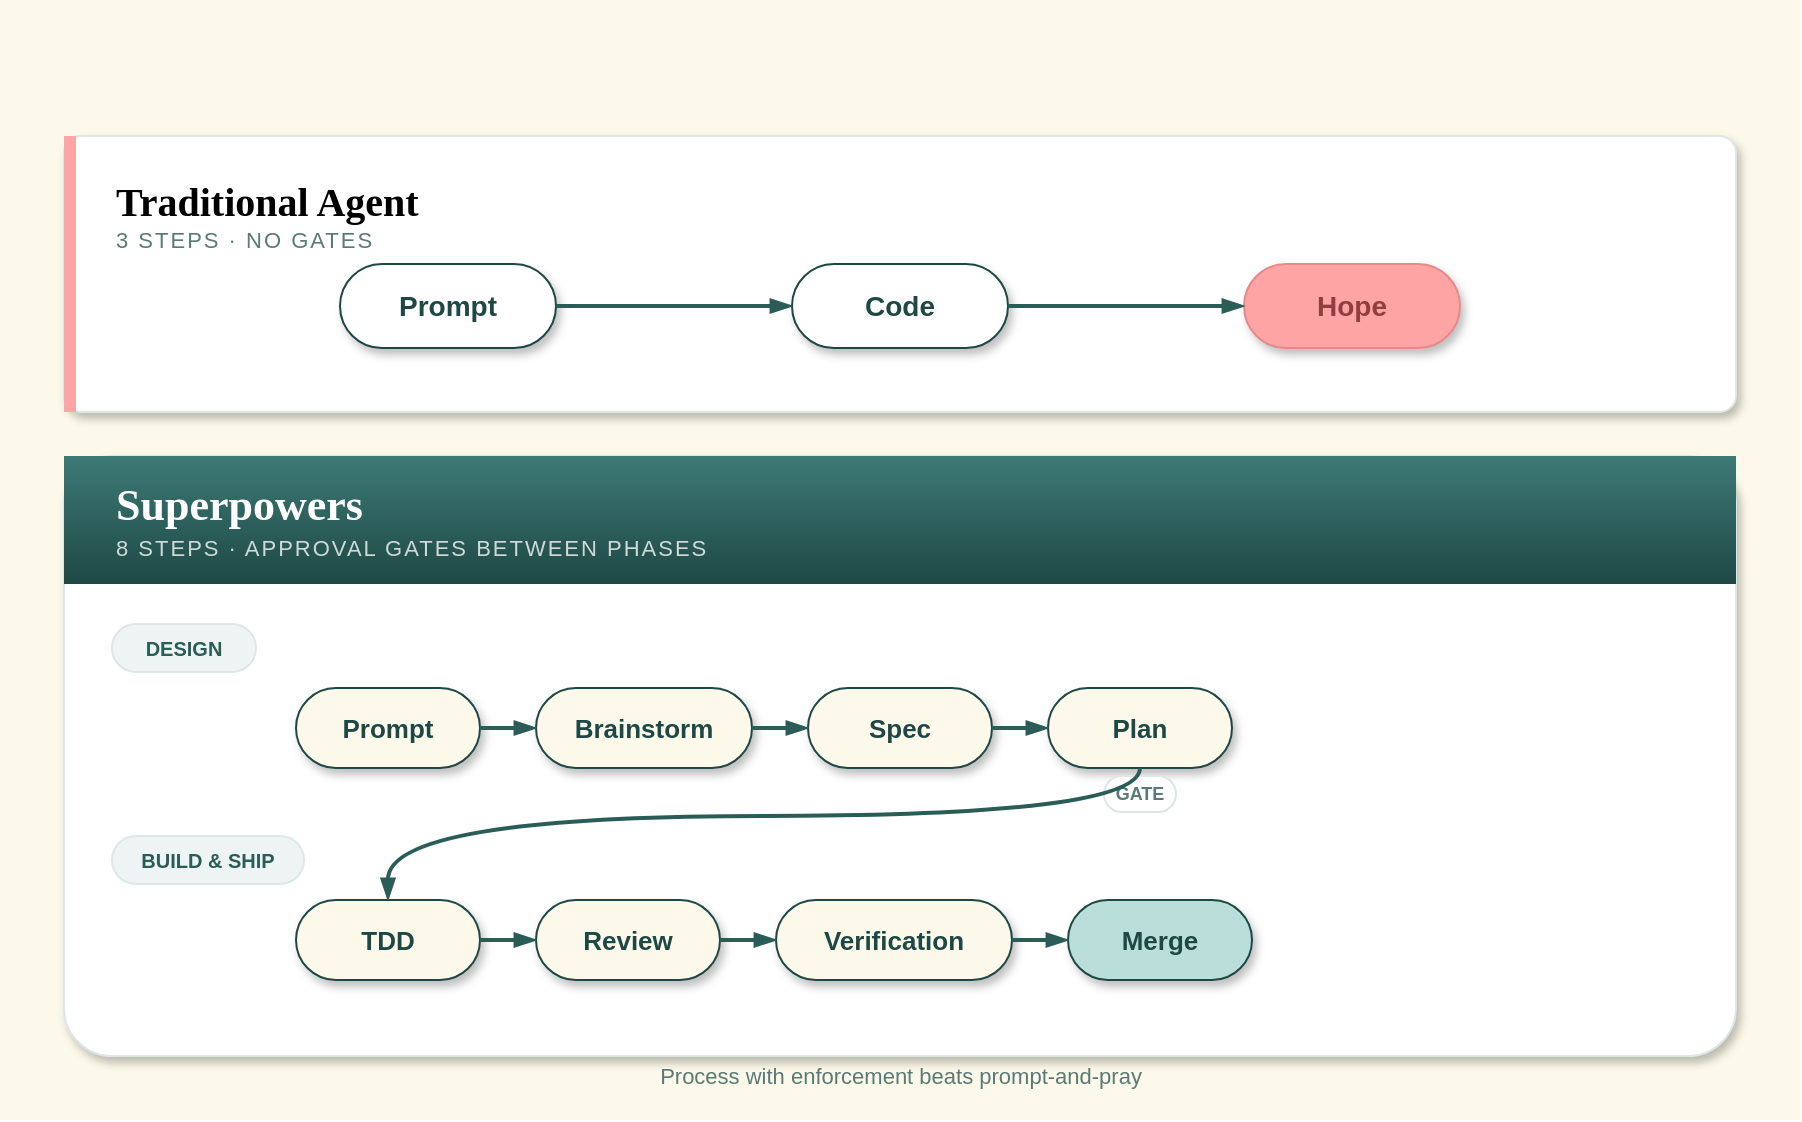
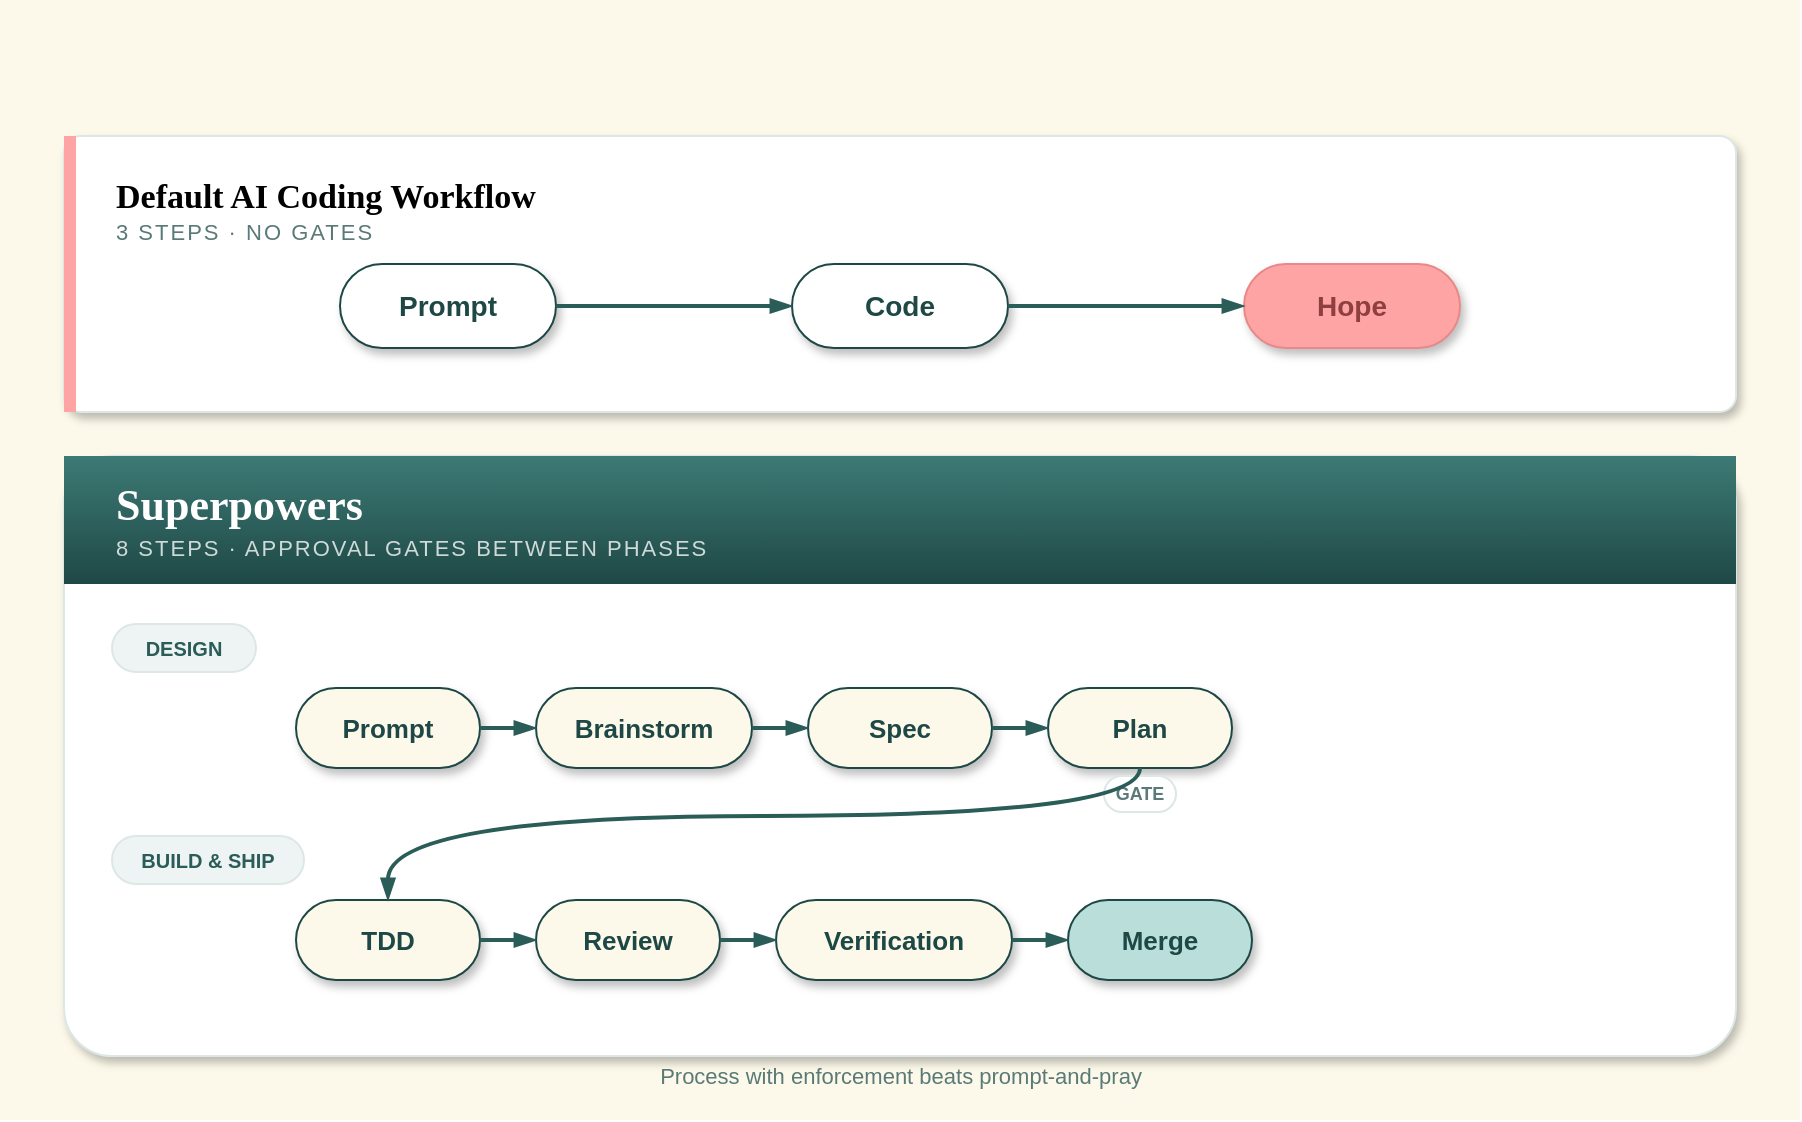
<mxfile host="app.diagrams.net" agent="Cursor" pages="2">
-   <diagram id="obra-superpowers-workflow" name="Traditional vs Superpowers">
+   <diagram id="obra-superpowers-workflow" name="Default vs Superpowers">
    <mxGraphModel dx="1414" dy="1263" grid="1" gridSize="10" guides="1" tooltips="1" connect="1" arrows="1" fold="1" page="1" pageScale="1" pageWidth="900" pageHeight="520" math="0" shadow="0">
      <root>
        <mxCell id="0" />
        <mxCell id="1" parent="0" />
        <mxCell id="bg" parent="1" style="rounded=0;whiteSpace=wrap;html=1;fillColor=#FCF9EA;strokeColor=none;" value="" vertex="1">
          <mxGeometry height="560" width="900" y="-40" as="geometry" />
        </mxCell>
        <mxCell id="panel-traditional" parent="1" style="rounded=1;whiteSpace=wrap;html=1;fillColor=#FFFFFF;strokeColor=#DDE7E6;strokeWidth=1;arcSize=6;shadow=1;" value="" vertex="1">
          <mxGeometry height="138" width="836" x="32" y="28" as="geometry" />
        </mxCell>
        <mxCell id="accent-traditional" parent="1" style="rounded=0;whiteSpace=wrap;html=1;fillColor=#FFA4A4;strokeColor=none;" value="" vertex="1">
          <mxGeometry height="138" width="6" x="32" y="28" as="geometry" />
        </mxCell>
-         <mxCell id="title-traditional" parent="1" style="text;html=1;strokeColor=none;fillColor=none;align=left;verticalAlign=top;" value="&lt;font face=&quot;Georgia&quot; style=&quot;font-size: 20px&quot;&gt;&lt;b&gt;Traditional Agent&lt;/b&gt;&lt;/font&gt;&lt;br&gt;&lt;font style=&quot;font-size: 11px; color: #5A7A77; letter-spacing: 1px;&quot;&gt;3 STEPS · NO GATES&lt;/font&gt;" vertex="1">
-           <mxGeometry height="50" width="260" x="56" y="42" as="geometry" />
+         <mxCell id="title-traditional" parent="1" style="text;html=1;strokeColor=none;fillColor=none;align=left;verticalAlign=top;" value="&lt;font face=&quot;Georgia&quot; style=&quot;font-size: 17px&quot;&gt;&lt;b&gt;Default AI Coding Workflow&lt;/b&gt;&lt;/font&gt;&lt;br&gt;&lt;font style=&quot;font-size: 11px; color: #5A7A77; letter-spacing: 1px;&quot;&gt;3 STEPS · NO GATES&lt;/font&gt;" vertex="1">
+           <mxGeometry height="50" width="360" x="56" y="42" as="geometry" />
        </mxCell>
        <mxCell id="t-prompt" parent="1" style="rounded=1;whiteSpace=wrap;html=1;fillColor=#FFFFFF;strokeColor=#1E4845;fontColor=#1E4845;fontStyle=1;fontSize=14;arcSize=50;shadow=1;" value="Prompt" vertex="1">
          <mxGeometry height="42" width="108" x="170" y="92" as="geometry" />
        </mxCell>
        <mxCell id="t-code" parent="1" style="rounded=1;whiteSpace=wrap;html=1;fillColor=#FFFFFF;strokeColor=#1E4845;fontColor=#1E4845;fontStyle=1;fontSize=14;arcSize=50;shadow=1;" value="Code" vertex="1">
          <mxGeometry height="42" width="108" x="396" y="92" as="geometry" />
        </mxCell>
        <mxCell id="t-hope" parent="1" style="rounded=1;whiteSpace=wrap;html=1;fillColor=#FFA4A4;strokeColor=#E88888;fontColor=#8F3F3F;fontStyle=1;fontSize=14;arcSize=50;shadow=1;" value="Hope" vertex="1">
          <mxGeometry height="42" width="108" x="622" y="92" as="geometry" />
        </mxCell>
        <mxCell id="e-t1" edge="1" parent="1" source="t-prompt" style="edgeStyle=none;rounded=0;orthogonalLoop=1;jettySize=auto;html=1;strokeColor=#2A5C58;strokeWidth=2;endArrow=blockThin;endFill=1;" target="t-code">
          <mxGeometry relative="1" as="geometry" />
        </mxCell>
        <mxCell id="e-t2" edge="1" parent="1" source="t-code" style="edgeStyle=none;rounded=0;orthogonalLoop=1;jettySize=auto;html=1;strokeColor=#2A5C58;strokeWidth=2;endArrow=blockThin;endFill=1;" target="t-hope">
          <mxGeometry relative="1" as="geometry" />
        </mxCell>
        <mxCell id="panel-superpowers" parent="1" style="rounded=1;whiteSpace=wrap;html=1;fillColor=#FFFFFF;strokeColor=#DDE7E6;strokeWidth=1;arcSize=8;shadow=1;" value="" vertex="1">
          <mxGeometry height="300" width="836" x="32" y="188" as="geometry" />
        </mxCell>
        <mxCell id="header-superpowers" parent="1" style="rounded=0;whiteSpace=wrap;html=1;fillColor=#1E4845;strokeColor=none;gradientColor=#3D7A75;gradientDirection=north;" value="" vertex="1">
          <mxGeometry height="64" width="836" x="32" y="188" as="geometry" />
        </mxCell>
        <mxCell id="title-superpowers" parent="1" style="text;html=1;strokeColor=none;fillColor=none;align=left;verticalAlign=middle;" value="&lt;font face=&quot;Georgia&quot; style=&quot;font-size: 22px&quot; color=&quot;#FFFFFF&quot;&gt;&lt;b&gt;Superpowers&lt;/b&gt;&lt;/font&gt;&lt;br&gt;&lt;font style=&quot;font-size: 11px; color: rgba(255,255,255,0.78); letter-spacing: 1px;&quot;&gt;8 STEPS · APPROVAL GATES BETWEEN PHASES&lt;/font&gt;" vertex="1">
          <mxGeometry height="44" width="420" x="56" y="198" as="geometry" />
        </mxCell>
        <mxCell id="phase-design" parent="1" style="rounded=1;whiteSpace=wrap;html=1;fillColor=#EEF4F3;strokeColor=#DDE7E6;fontColor=#2A5C58;fontStyle=1;fontSize=10;arcSize=50;" value="DESIGN" vertex="1">
          <mxGeometry height="24" width="72" x="56" y="272" as="geometry" />
        </mxCell>
        <mxCell id="phase-build" parent="1" style="rounded=1;whiteSpace=wrap;html=1;fillColor=#EEF4F3;strokeColor=#DDE7E6;fontColor=#2A5C58;fontStyle=1;fontSize=10;arcSize=50;" value="BUILD &amp;amp; SHIP" vertex="1">
          <mxGeometry height="24" width="96" x="56" y="378" as="geometry" />
        </mxCell>
        <mxCell id="s-prompt" parent="1" style="rounded=1;whiteSpace=wrap;html=1;fillColor=#FCF9EA;strokeColor=#1E4845;fontColor=#1E4845;fontStyle=1;fontSize=13;arcSize=50;shadow=1;" value="Prompt" vertex="1">
          <mxGeometry height="40" width="92" x="148" y="304" as="geometry" />
        </mxCell>
        <mxCell id="s-brainstorm" parent="1" style="rounded=1;whiteSpace=wrap;html=1;fillColor=#FCF9EA;strokeColor=#1E4845;fontColor=#1E4845;fontStyle=1;fontSize=13;arcSize=50;shadow=1;" value="Brainstorm" vertex="1">
          <mxGeometry height="40" width="108" x="268" y="304" as="geometry" />
        </mxCell>
        <mxCell id="s-spec" parent="1" style="rounded=1;whiteSpace=wrap;html=1;fillColor=#FCF9EA;strokeColor=#1E4845;fontColor=#1E4845;fontStyle=1;fontSize=13;arcSize=50;shadow=1;" value="Spec" vertex="1">
          <mxGeometry height="40" width="92" x="404" y="304" as="geometry" />
        </mxCell>
        <mxCell id="s-plan" parent="1" style="rounded=1;whiteSpace=wrap;html=1;fillColor=#FCF9EA;strokeColor=#1E4845;fontColor=#1E4845;fontStyle=1;fontSize=13;arcSize=50;shadow=1;" value="Plan" vertex="1">
          <mxGeometry height="40" width="92" x="524" y="304" as="geometry" />
        </mxCell>
        <mxCell id="gate" parent="1" style="rounded=1;whiteSpace=wrap;html=1;fillColor=#FFFFFF;strokeColor=#DDE7E6;fontColor=#5A7A77;fontStyle=1;fontSize=9;arcSize=50;" value="GATE" vertex="1">
          <mxGeometry height="18" width="36" x="552" y="348" as="geometry" />
        </mxCell>
        <mxCell id="s-tdd" parent="1" style="rounded=1;whiteSpace=wrap;html=1;fillColor=#FCF9EA;strokeColor=#1E4845;fontColor=#1E4845;fontStyle=1;fontSize=13;arcSize=50;shadow=1;" value="TDD" vertex="1">
          <mxGeometry height="40" width="92" x="148" y="410" as="geometry" />
        </mxCell>
        <mxCell id="s-review" parent="1" style="rounded=1;whiteSpace=wrap;html=1;fillColor=#FCF9EA;strokeColor=#1E4845;fontColor=#1E4845;fontStyle=1;fontSize=13;arcSize=50;shadow=1;" value="Review" vertex="1">
          <mxGeometry height="40" width="92" x="268" y="410" as="geometry" />
        </mxCell>
        <mxCell id="s-verify" parent="1" style="rounded=1;whiteSpace=wrap;html=1;fillColor=#FCF9EA;strokeColor=#1E4845;fontColor=#1E4845;fontStyle=1;fontSize=13;arcSize=50;shadow=1;" value="Verification" vertex="1">
          <mxGeometry height="40" width="118" x="388" y="410" as="geometry" />
        </mxCell>
        <mxCell id="s-merge" parent="1" style="rounded=1;whiteSpace=wrap;html=1;fillColor=#BADFDB;strokeColor=#1E4845;fontColor=#1E4845;fontStyle=1;fontSize=13;arcSize=50;shadow=1;" value="Merge" vertex="1">
          <mxGeometry height="40" width="92" x="534" y="410" as="geometry" />
        </mxCell>
        <mxCell id="e-s1" edge="1" parent="1" source="s-prompt" style="edgeStyle=none;rounded=0;orthogonalLoop=1;jettySize=auto;html=1;strokeColor=#2A5C58;strokeWidth=2;endArrow=blockThin;endFill=1;" target="s-brainstorm">
          <mxGeometry relative="1" as="geometry" />
        </mxCell>
        <mxCell id="e-s2" edge="1" parent="1" source="s-brainstorm" style="edgeStyle=none;rounded=0;orthogonalLoop=1;jettySize=auto;html=1;strokeColor=#2A5C58;strokeWidth=2;endArrow=blockThin;endFill=1;" target="s-spec">
          <mxGeometry relative="1" as="geometry" />
        </mxCell>
        <mxCell id="e-s3" edge="1" parent="1" source="s-spec" style="edgeStyle=none;rounded=0;orthogonalLoop=1;jettySize=auto;html=1;strokeColor=#2A5C58;strokeWidth=2;endArrow=blockThin;endFill=1;" target="s-plan">
          <mxGeometry relative="1" as="geometry" />
        </mxCell>
        <mxCell id="e-down" edge="1" parent="1" source="s-plan" style="edgeStyle=orthogonalEdgeStyle;curved=1;rounded=1;orthogonalLoop=1;jettySize=auto;html=1;strokeColor=#2A5C58;strokeWidth=2;endArrow=blockThin;endFill=1;" target="s-tdd">
          <mxGeometry relative="1" as="geometry">
            <Array as="points">
              <mxPoint x="570" y="368" />
              <mxPoint x="194" y="368" />
            </Array>
          </mxGeometry>
        </mxCell>
        <mxCell id="e-s4" edge="1" parent="1" source="s-tdd" style="edgeStyle=none;rounded=0;orthogonalLoop=1;jettySize=auto;html=1;strokeColor=#2A5C58;strokeWidth=2;endArrow=blockThin;endFill=1;" target="s-review">
          <mxGeometry relative="1" as="geometry" />
        </mxCell>
        <mxCell id="e-s5" edge="1" parent="1" source="s-review" style="edgeStyle=none;rounded=0;orthogonalLoop=1;jettySize=auto;html=1;strokeColor=#2A5C58;strokeWidth=2;endArrow=blockThin;endFill=1;" target="s-verify">
          <mxGeometry relative="1" as="geometry" />
        </mxCell>
        <mxCell id="e-s6" edge="1" parent="1" source="s-verify" style="edgeStyle=none;rounded=0;orthogonalLoop=1;jettySize=auto;html=1;strokeColor=#2A5C58;strokeWidth=2;endArrow=blockThin;endFill=1;" target="s-merge">
          <mxGeometry relative="1" as="geometry" />
        </mxCell>
        <mxCell id="footer" parent="1" style="text;html=1;strokeColor=none;fillColor=none;align=center;verticalAlign=middle;fontColor=#5A7A77;fontSize=11;" value="Process with enforcement beats prompt-and-pray" vertex="1">
          <mxGeometry height="20" width="400" x="250" y="488" as="geometry" />
        </mxCell>
      </root>
    </mxGraphModel>
  </diagram>
  <diagram id="NosG2U0KFhuqu4hzg7Gg" name="Page-2">
    <mxGraphModel dx="1414" dy="743" grid="1" gridSize="10" guides="1" tooltips="1" connect="1" arrows="1" fold="1" page="1" pageScale="1" pageWidth="850" pageHeight="1100" math="0" shadow="0">
      <root>
        <mxCell id="0" />
        <mxCell id="1" parent="0" />
      </root>
    </mxGraphModel>
  </diagram>
</mxfile>
